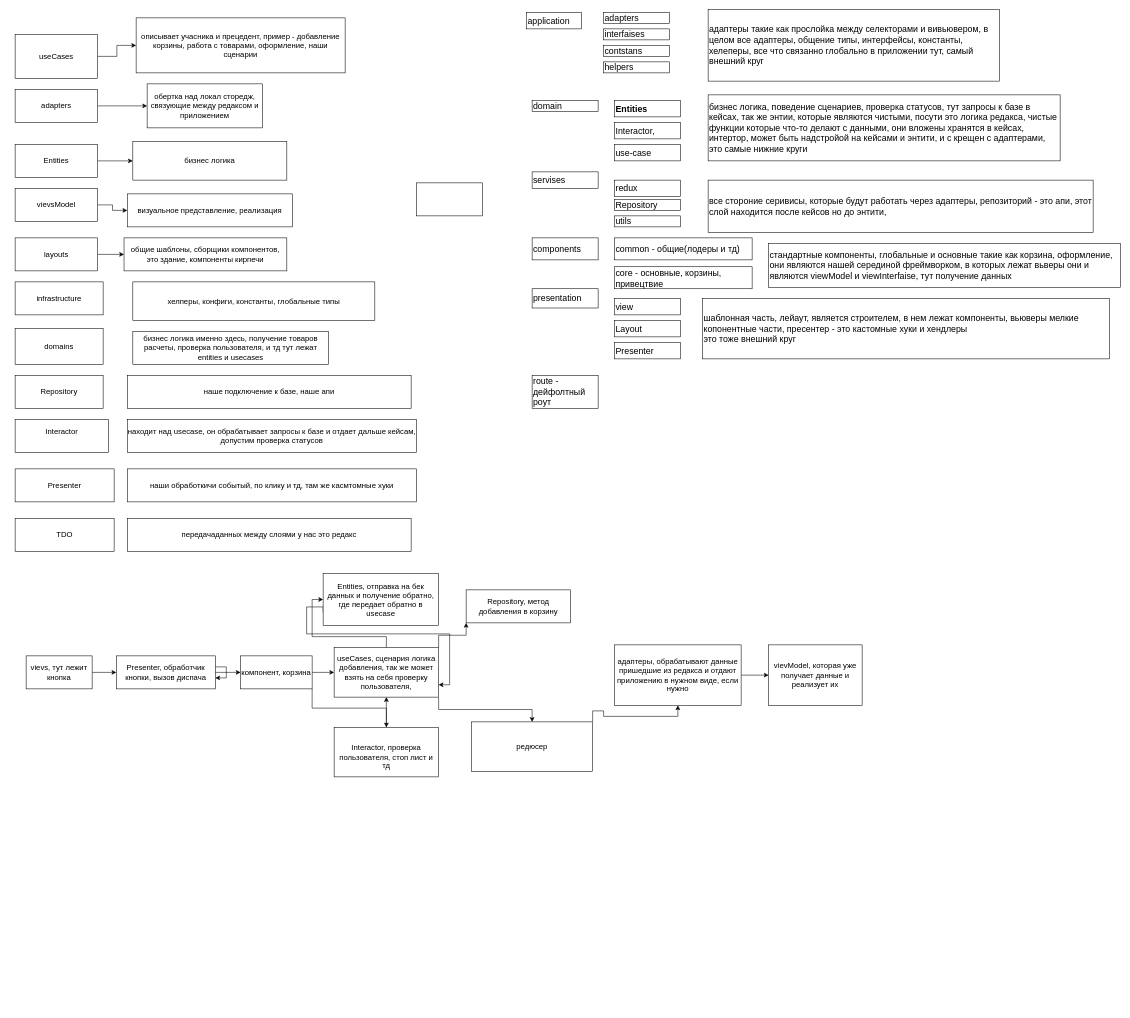
This is Untitled Diagram.drawio from mxxnseat/deliverycx, a draw.io file, before an edit. Source tidied: cells renumbered, new cells numbered last; positions are measured from the earlier drawing's top-left corner, leaving out a move shared by most shapes. Both pictures are drawn from the tidied source at 55%, with x=0, y=0 at pixel (15, 9).
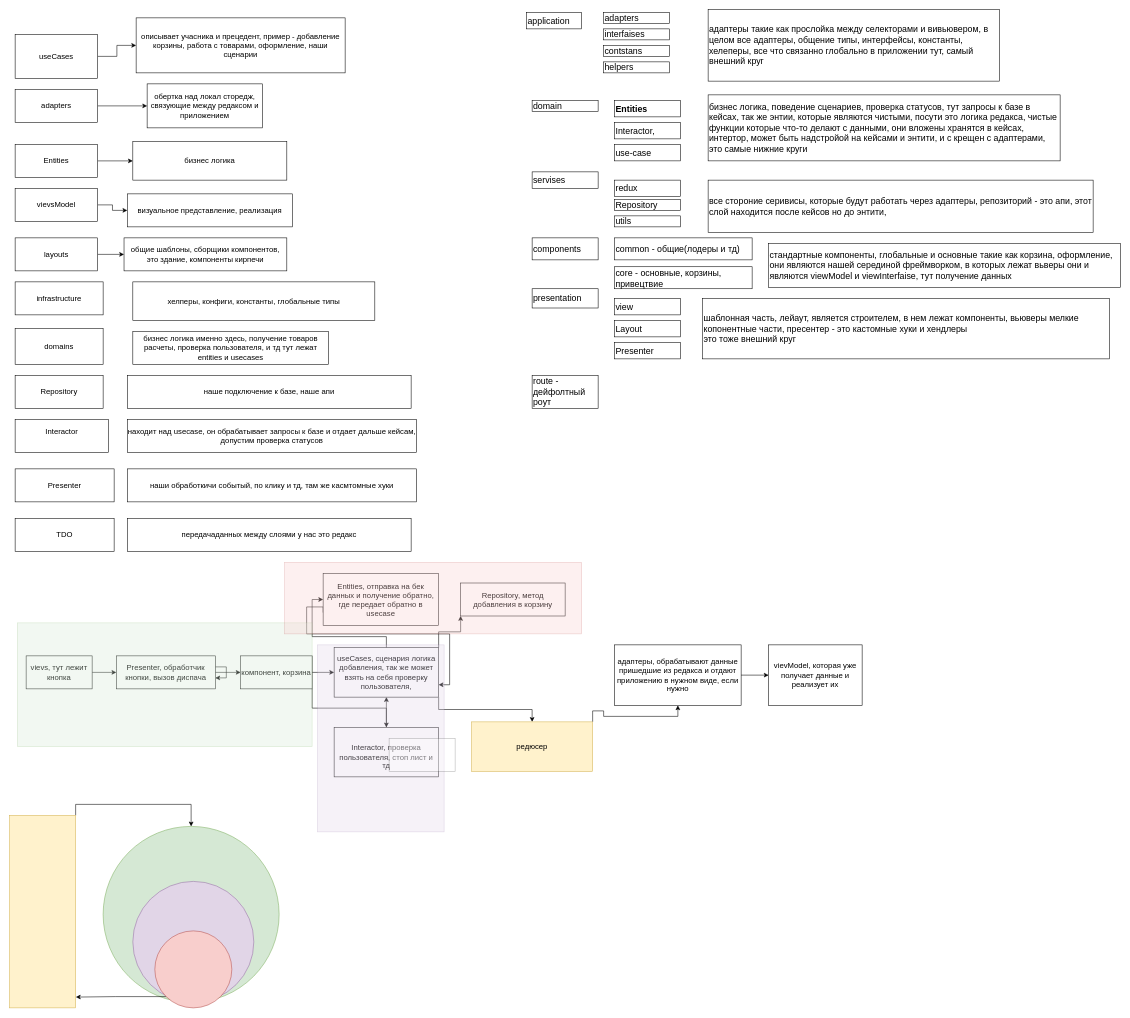
The same page after the edit.

The edit, as a diff of the source:
```diff
@@
-    <mxCell id="46" value="редюсер" style="rounded=0;whiteSpace=wrap;html=1;fontSize=14;fillColor=none;" parent="1" vertex="1">
+    <mxCell id="46" value="редюсер" style="rounded=0;whiteSpace=wrap;html=1;fontSize=14;fillColor=#fff2cc;strokeColor=#d6b656;" parent="1" vertex="1">
       <mxGeometry x="830" y="1295" width="220" height="90" as="geometry" />
     </mxCell>
     <mxCell id="47" value="Repository, метод добавления в корзину" style="rounded=0;whiteSpace=wrap;html=1;fontSize=14;" parent="1" vertex="1">
-      <mxGeometry x="820" y="1055" width="190" height="60" as="geometry" />
+      <mxGeometry x="810" y="1042.5" width="190" height="60" as="geometry" />
     </mxCell>
@@
-    <mxCell id="73" style="rounded=0;whiteSpace=wrap;html=1;fontSize=16;fillColor=none;align=left;" parent="1" vertex="1">
-      <mxGeometry x="730" y="315" width="120" height="60" as="geometry" />
-    </mxCell>
@@
+    <mxCell id="80" style="ellipse;whiteSpace=wrap;html=1;fillColor=#d5e8d4;strokeColor=#82b366;" parent="1" vertex="1">
+      <mxGeometry x="160" y="1485" width="320" height="320" as="geometry" />
+    </mxCell>
+    <mxCell id="81" style="ellipse;whiteSpace=wrap;html=1;fillColor=#e1d5e7;strokeColor=#9673a6;" parent="1" vertex="1">
+      <mxGeometry x="214" y="1585" width="220" height="220" as="geometry" />
+    </mxCell>
+    <mxCell id="82" style="edgeStyle=orthogonalEdgeStyle;rounded=0;jettySize=auto;html=1;exitX=0;exitY=1;exitDx=0;exitDy=0;entryX=1.004;entryY=0.944;entryDx=0;entryDy=0;entryPerimeter=0;" parent="1" edge="1" source="83" target="89">
+      <mxGeometry relative="1" as="geometry" />
+    </mxCell>
+    <mxCell id="83" style="ellipse;whiteSpace=wrap;html=1;fillColor=#f8cecc;strokeColor=#b85450;" parent="1" vertex="1">
+      <mxGeometry x="254" y="1675" width="140" height="140" as="geometry" />
+    </mxCell>
+    <mxCell id="84" style="rounded=0;whiteSpace=wrap;html=1;fillColor=#d5e8d4;strokeColor=#82b366;opacity=30;" parent="1" vertex="1">
+      <mxGeometry x="4" y="1115" width="536" height="225" as="geometry" />
+    </mxCell>
+    <mxCell id="85" style="rounded=0;whiteSpace=wrap;html=1;opacity=30;fillColor=#e1d5e7;strokeColor=#9673a6;" parent="1" vertex="1">
+      <mxGeometry x="550" y="1155" width="230" height="340" as="geometry" />
+    </mxCell>
+    <mxCell id="86" style="rounded=0;whiteSpace=wrap;html=1;opacity=30;" parent="1" vertex="1">
+      <mxGeometry x="680" y="1325" width="120" height="60" as="geometry" />
+    </mxCell>
+    <mxCell id="87" style="rounded=0;whiteSpace=wrap;html=1;opacity=30;fillColor=#f8cecc;strokeColor=#b85450;" parent="1" vertex="1">
+      <mxGeometry x="490" y="1005" width="540" height="130" as="geometry" />
+    </mxCell>
+    <mxCell id="88" style="edgeStyle=orthogonalEdgeStyle;rounded=0;jettySize=auto;html=1;exitX=1;exitY=0;exitDx=0;exitDy=0;entryX=0.5;entryY=0;entryDx=0;entryDy=0;" parent="1" edge="1" source="89" target="80">
+      <mxGeometry relative="1" as="geometry" />
+    </mxCell>
+    <mxCell id="89" style="rounded=0;whiteSpace=wrap;html=1;fillColor=#fff2cc;strokeColor=#d6b656;" parent="1" vertex="1">
+      <mxGeometry x="-10" y="1465" width="120" height="350" as="geometry" />
+    </mxCell>
```
